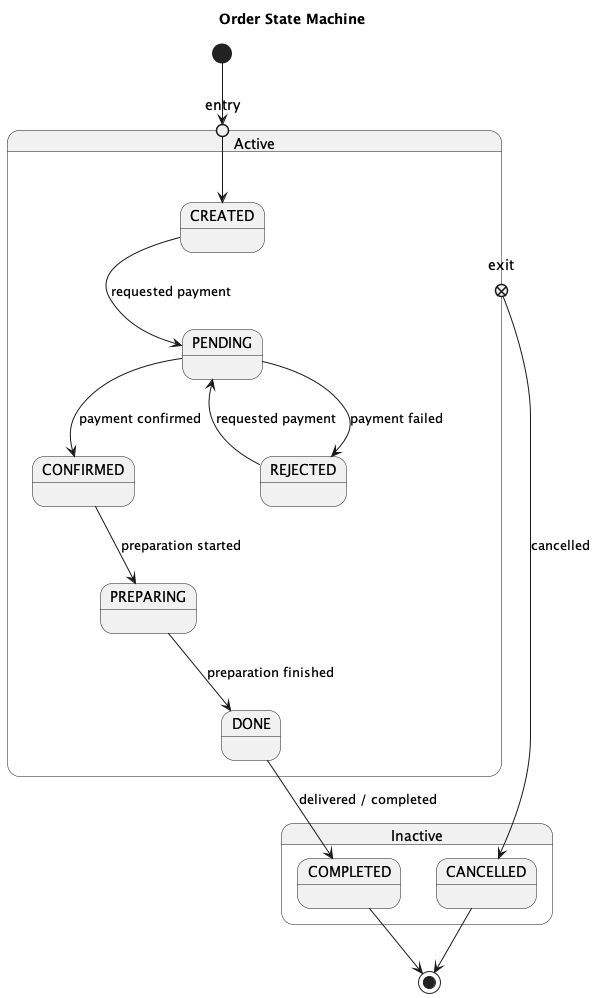
Earlier version of the PlantUML export docs/diagrams/order-state-machine.png (FIAP-3SOAT-G15/tech-challenge). Its source is kept beside it as docs/puml/order-state-machine.puml.
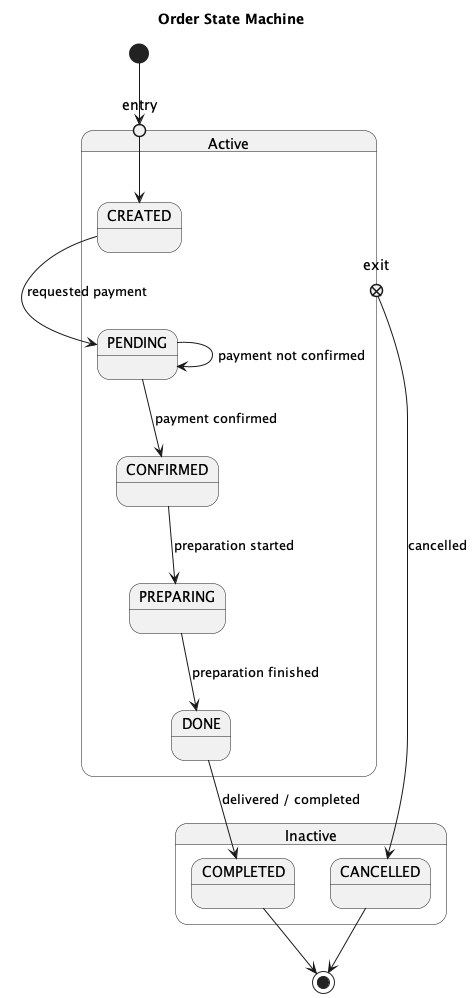
The same diagram one commit later.

The edit, as a diff of the source:
```diff
@@ -7,9 +7,8 @@
     entry --> CREATED
 
     CREATED --> PENDING : requested payment
-    PENDING --> REJECTED : payment failed
-    REJECTED --> PENDING : requested payment
     PENDING --> CONFIRMED : payment confirmed
+    PENDING --> PENDING : payment not confirmed
     CONFIRMED --> PREPARING : preparation started
     PREPARING --> DONE : preparation finished
 
```
